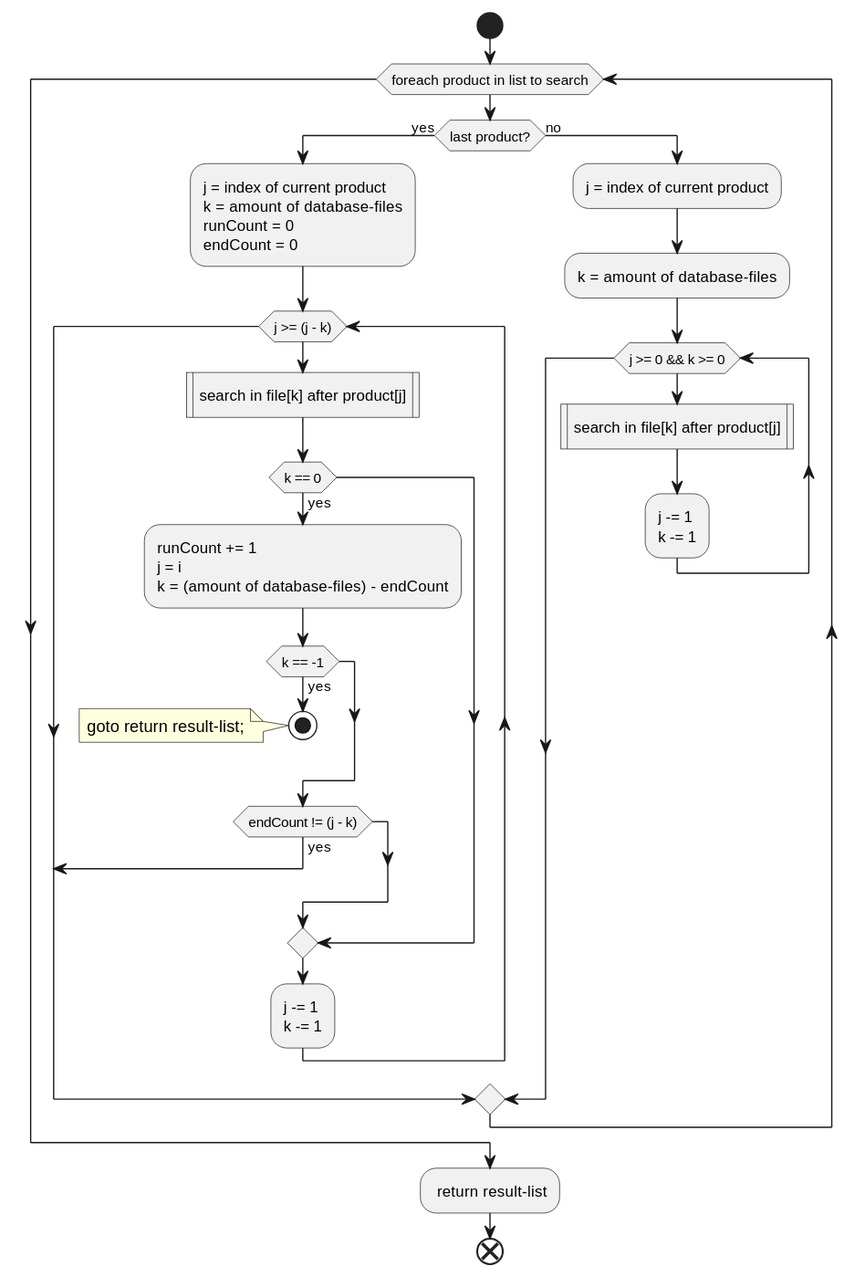
Above: documentation/pap/Simultanius search on LiteDb-Files.svg in KnYL3R/AmIVulnerable (PlantUML), before the change. Its diagram source:
```plantuml
@startuml "Simultanius search on LiteDb-Files"

    start
    while (foreach product in list to search)
        if (last product?) then (yes)
            :j = index of current product
            k = amount of database-files
            runCount = 0
            endCount = 0;
            while (j >= (j - k))
                :search in file[k] after product[j]|
                if (k == 0) then (yes)
                    :runCount += 1
                    j = i
                    k = (amount of database-files) - endCount;
                    if (k == -1) then (yes)
                        stop
                        note left: goto return result-list;
                    endif
                    if (endCount != (j - k)) then (yes)
                        break
                    endif
                endif
                :j -= 1
                k -= 1;
            endwhile
        else (no)
            :j = index of current product;
            :k = amount of database-files;
            while (j >= 0 && k >= 0)
                :search in file[k] after product[j]|
                :j -= 1
                k -= 1;
            endwhile
        endif
    endwhile
    : return result-list;
    end

@enduml
```
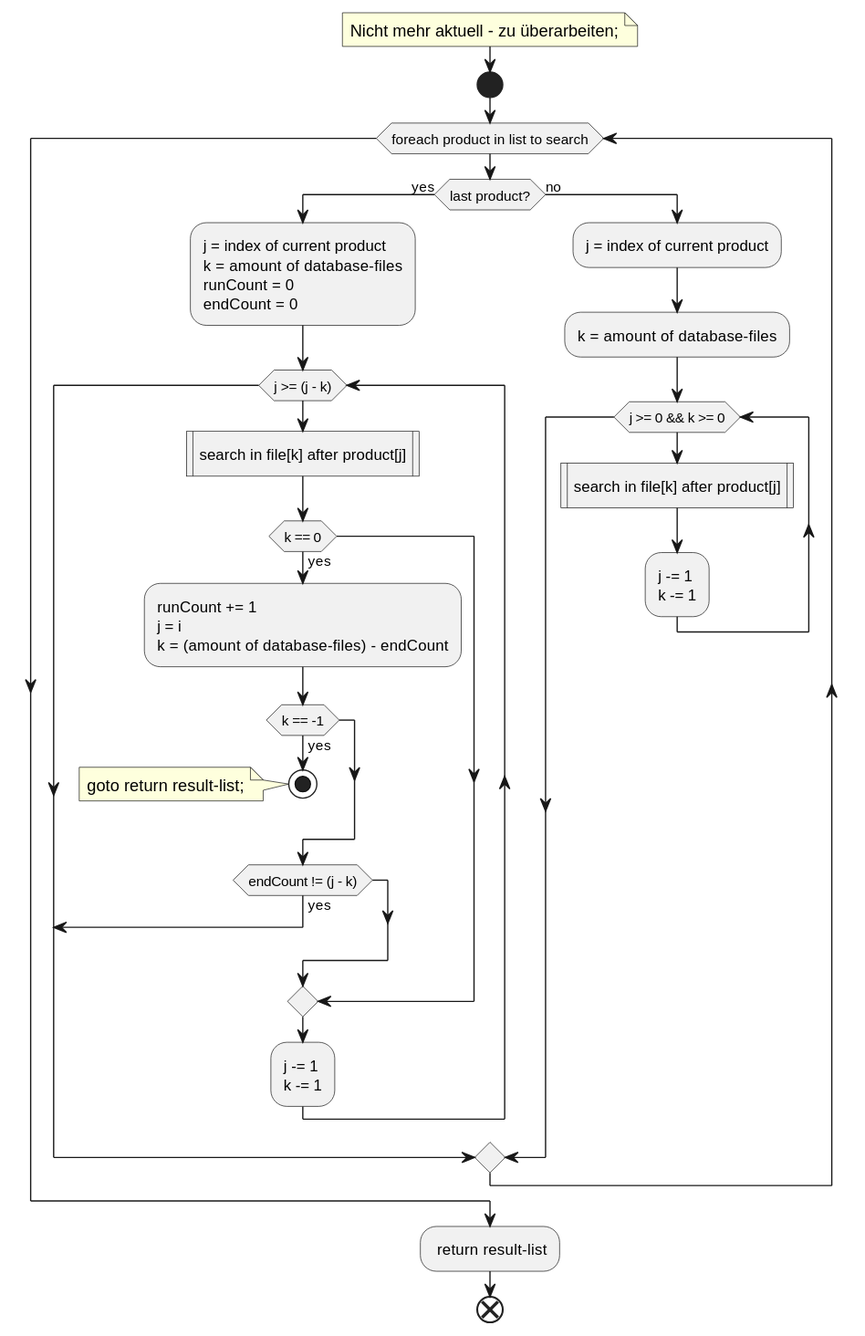
The same file after the commit.

What changed in the source:
```diff
@@ -1,5 +1,6 @@
 @startuml "Simultanius search on LiteDb-Files"
 
+    note left: Nicht mehr aktuell - zu überarbeiten;
     start
     while (foreach product in list to search)
         if (last product?) then (yes)
```
